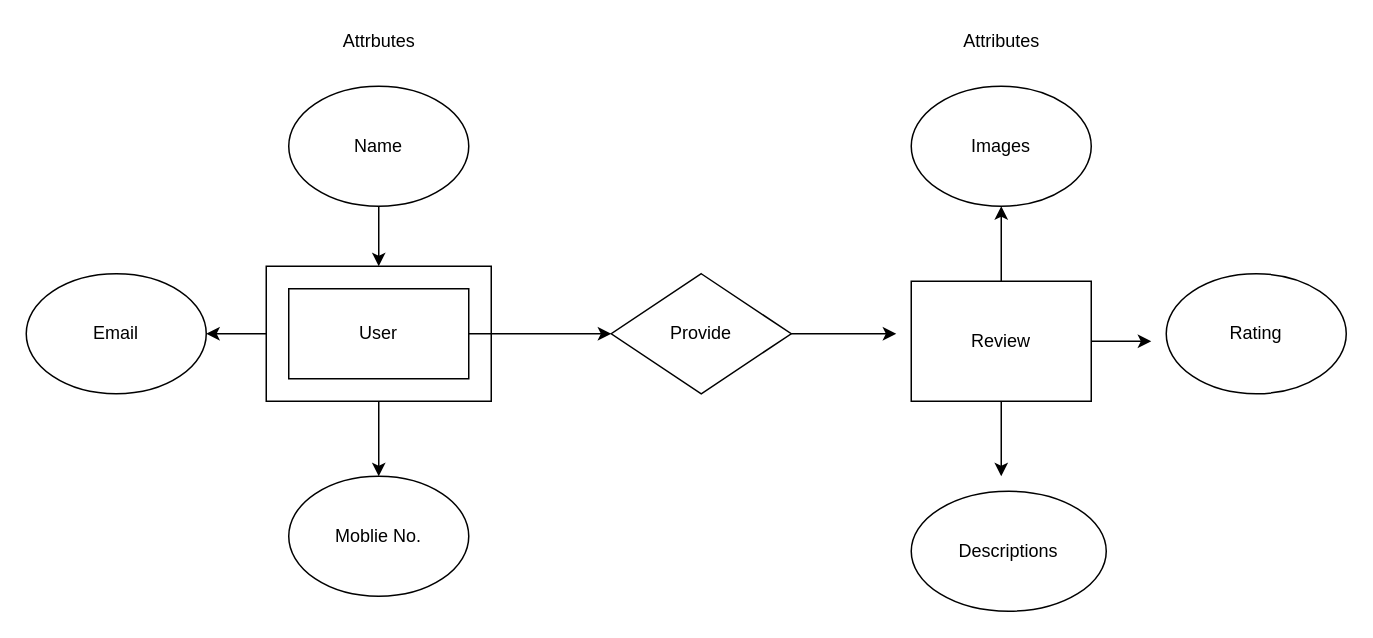
Earlier version of the draw.io diagram Untitled Diagram.drawio (1SamZhao/sam). Source tidied: cells renumbered, new cells numbered last; positions are measured from the earlier drawing's top-left corner, leaving out a move shared by most shapes. Both pictures are drawn from the tidied source at 150%, with x=0, y=0 at pixel (26, 26).
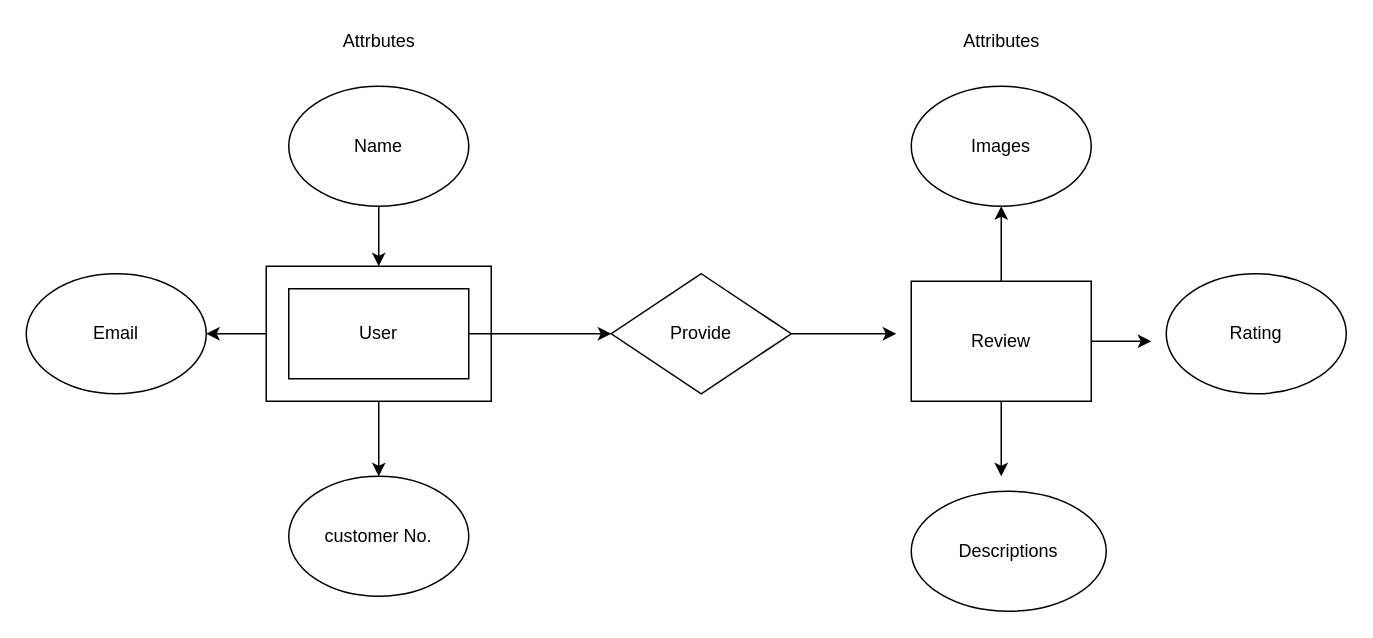
The same page after the edit.

The edit, as a diff of the source:
```diff
@@
-    <mxCell id="10" value="Moblie No." style="ellipse;whiteSpace=wrap;html=1;" parent="1" vertex="1">
+    <mxCell id="10" value="customer No." style="ellipse;whiteSpace=wrap;html=1;" parent="1" vertex="1">
       <mxGeometry x="175" y="300" width="120" height="80" as="geometry" />
     </mxCell>
```
